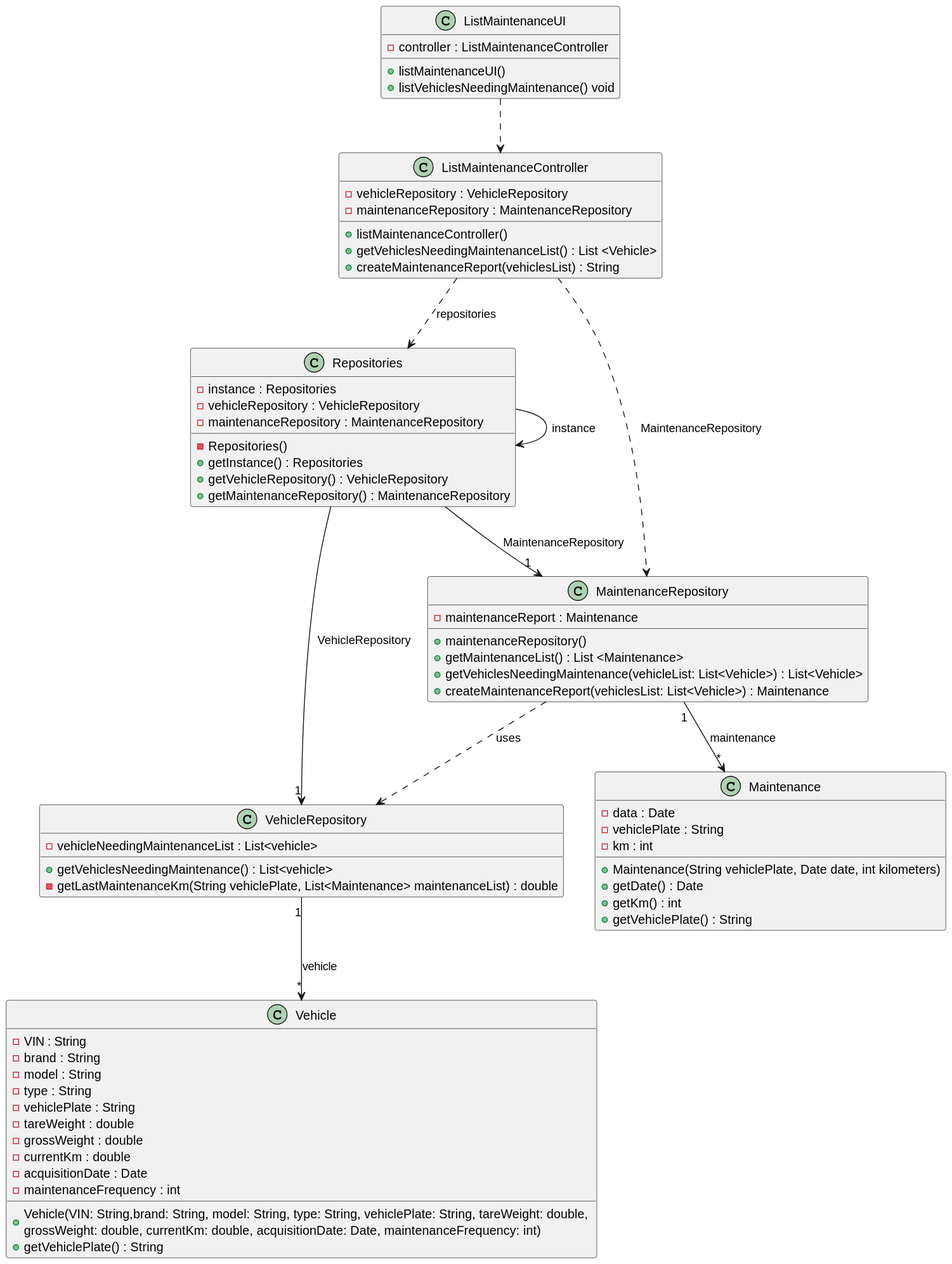
ricardomm7/leaflink keeps this PlantUML diagram as docs/sprintB/us008/03.design/svg/us008-class-diagram.svg. Above is the earlier version.
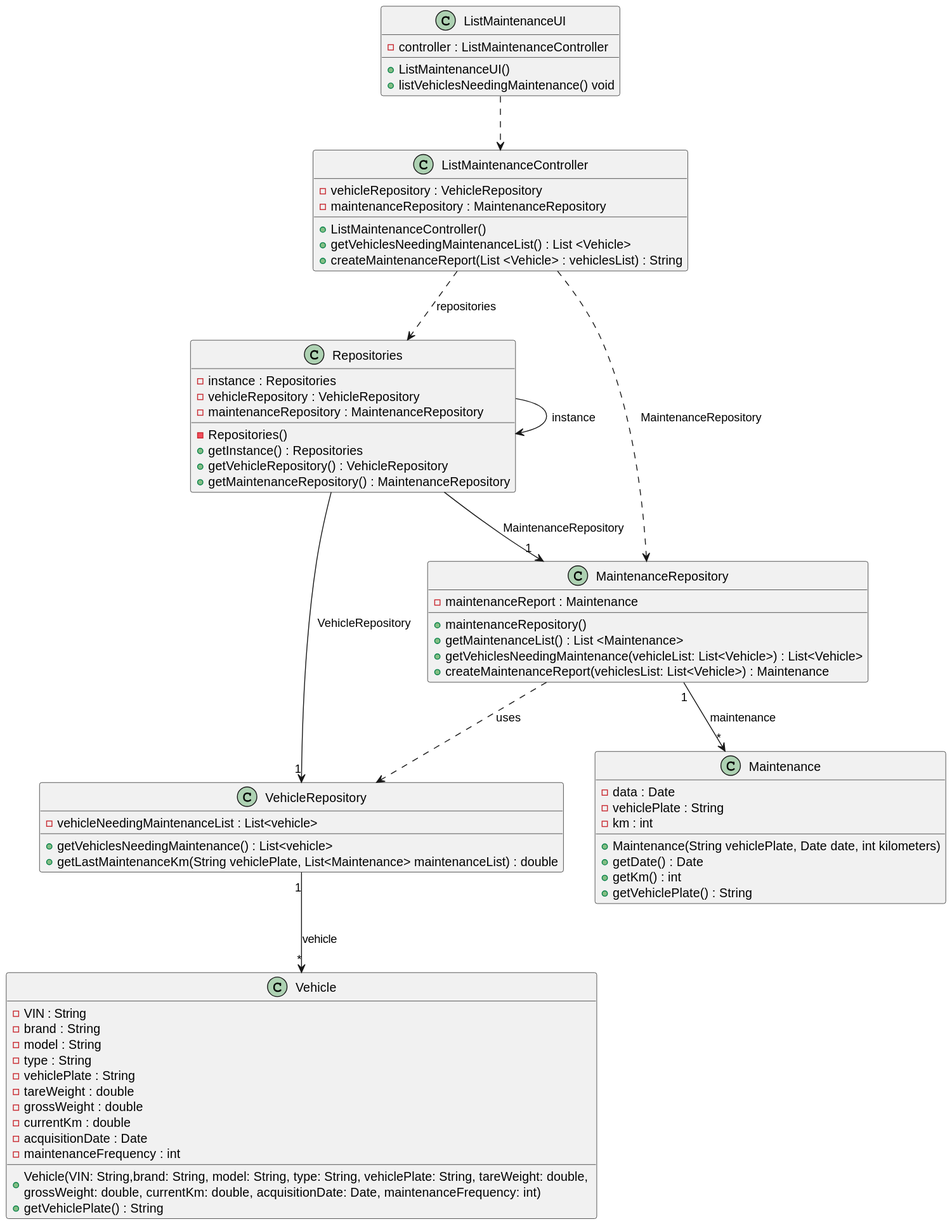
After the commit.

Diff of the diagram source:
```diff
@@ -5,7 +5,7 @@
 
 class ListMaintenanceUI{
     - controller : ListMaintenanceController
-    + listMaintenanceUI()
+    + ListMaintenanceUI()
     + listVehiclesNeedingMaintenance() void
 }
 
@@ -13,9 +13,9 @@
     - vehicleRepository : VehicleRepository
     - maintenanceRepository : MaintenanceRepository
 
-    + listMaintenanceController()
+    + ListMaintenanceController()
     + getVehiclesNeedingMaintenanceList() : List <Vehicle>
-    + createMaintenanceReport(vehiclesList) : String
+    + createMaintenanceReport(List <Vehicle> : vehiclesList) : String
 }
 
 class Repositories {
@@ -33,7 +33,7 @@
     - vehicleNeedingMaintenanceList : List<vehicle>
 
     + getVehiclesNeedingMaintenance() : List<vehicle>
-    - getLastMaintenanceKm(String vehiclePlate, List<Maintenance> maintenanceList) : double
+    + getLastMaintenanceKm(String vehiclePlate, List<Maintenance> maintenanceList) : double
 }
 
 class MaintenanceRepository {
```
